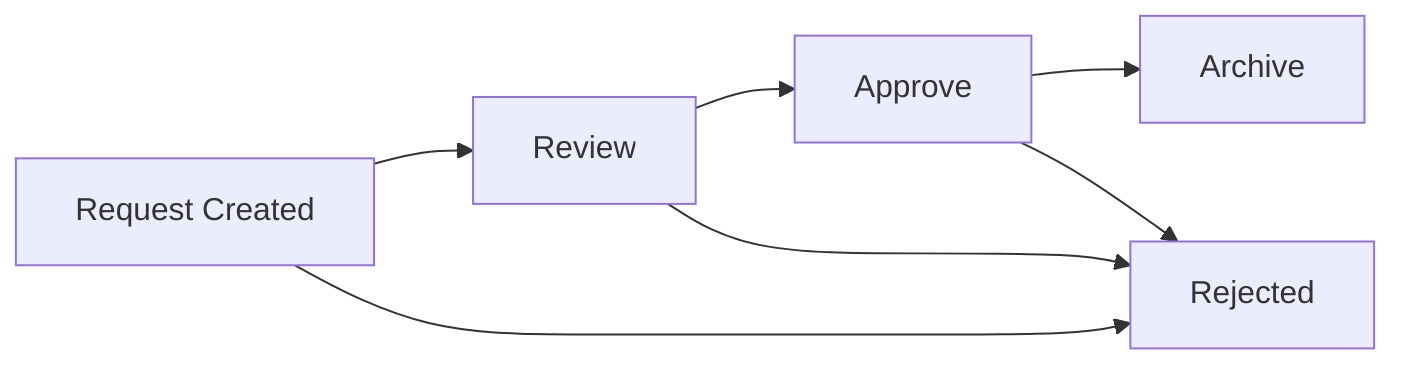
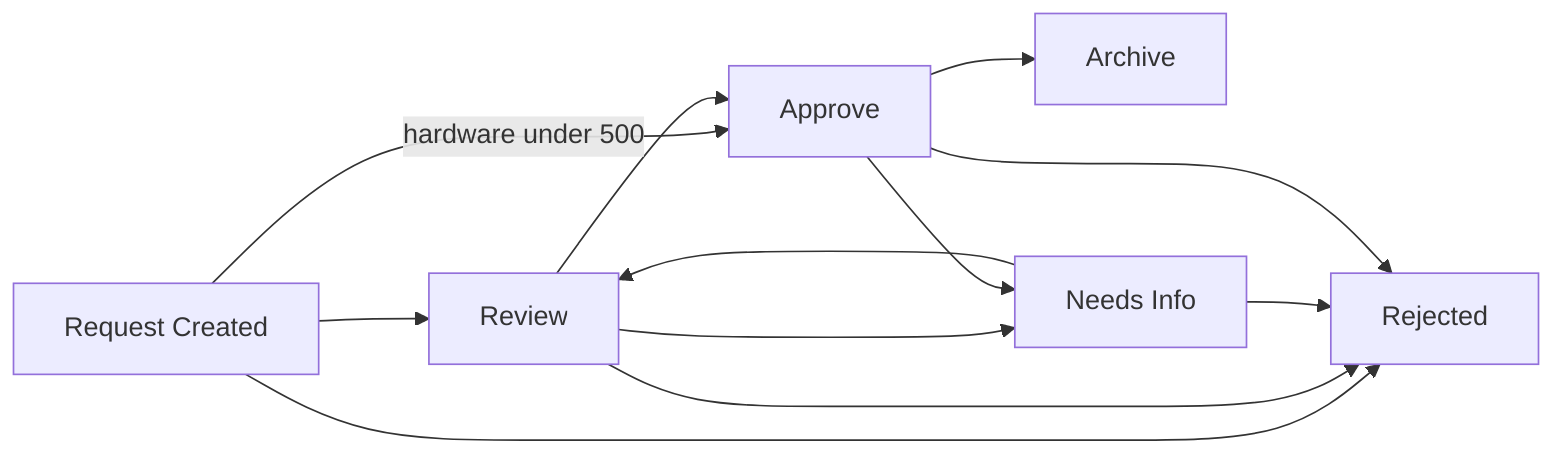
flowchart LR
  A[Request Created] --> B[Review]
+   A -- hardware under 500 --> C[Approve]
  B --> C[Approve]
  C --> D[Archive]
+   B --> F[Needs Info]
+   C --> F
+   F --> B
  A --> E[Rejected]
  B --> E
+   F --> E
  C --> E

  %% Notes:
-   %% - Active workflow states can be rejected.
+   %% - Active workflow states can be delegated.
+   %% - Review carries a 7 day SLA due date.
+   %% - Hardware requests under 500.00 are auto-approved.
  %% - Archive and Rejected are terminal states.
